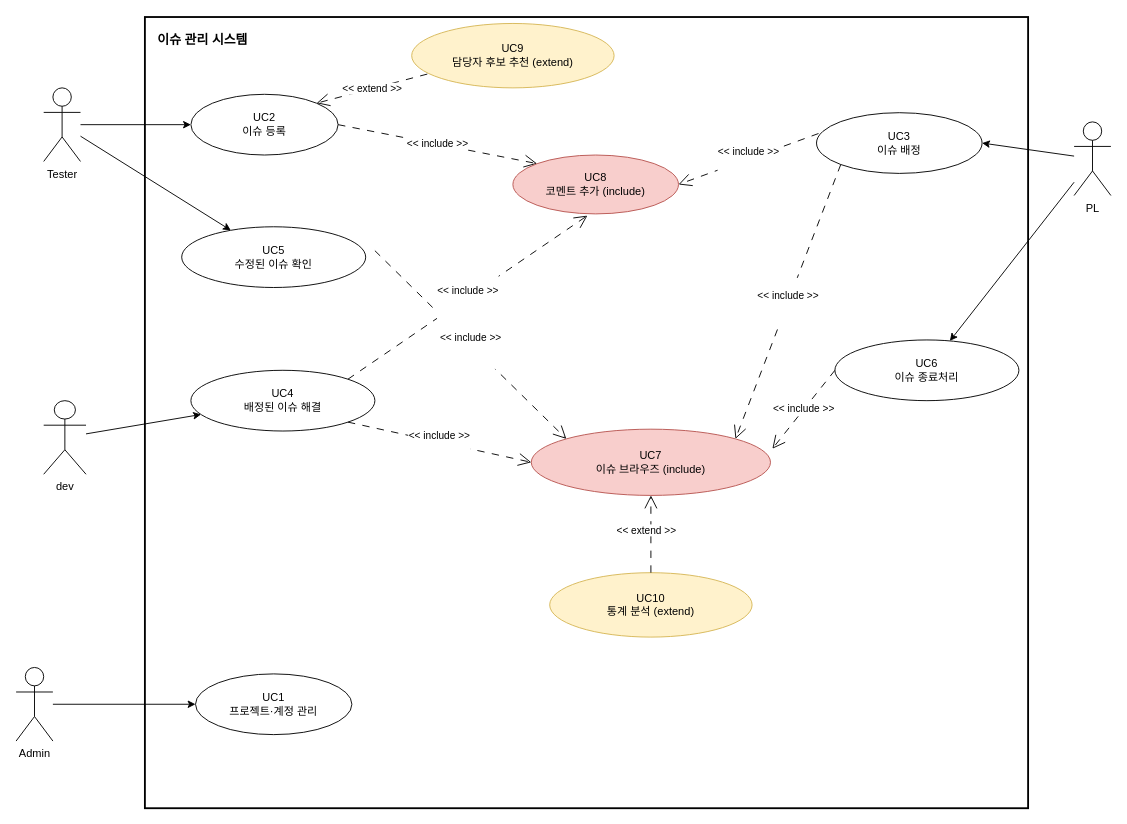
Earlier version of the draw.io diagram 산출물/02. Use-Case/usecases-ver2.1/Use-Case 다이어그램.drawio (cau-sw-2026-spring-se01-team5/SE-Spring-Term-Project). Source tidied: cells renumbered, new cells numbered last; positions are measured from the earlier drawing's top-left corner, leaving out a move shared by most shapes. Both pictures are drawn from the tidied source at 92%, with x=0, y=0 at pixel (16, 17).
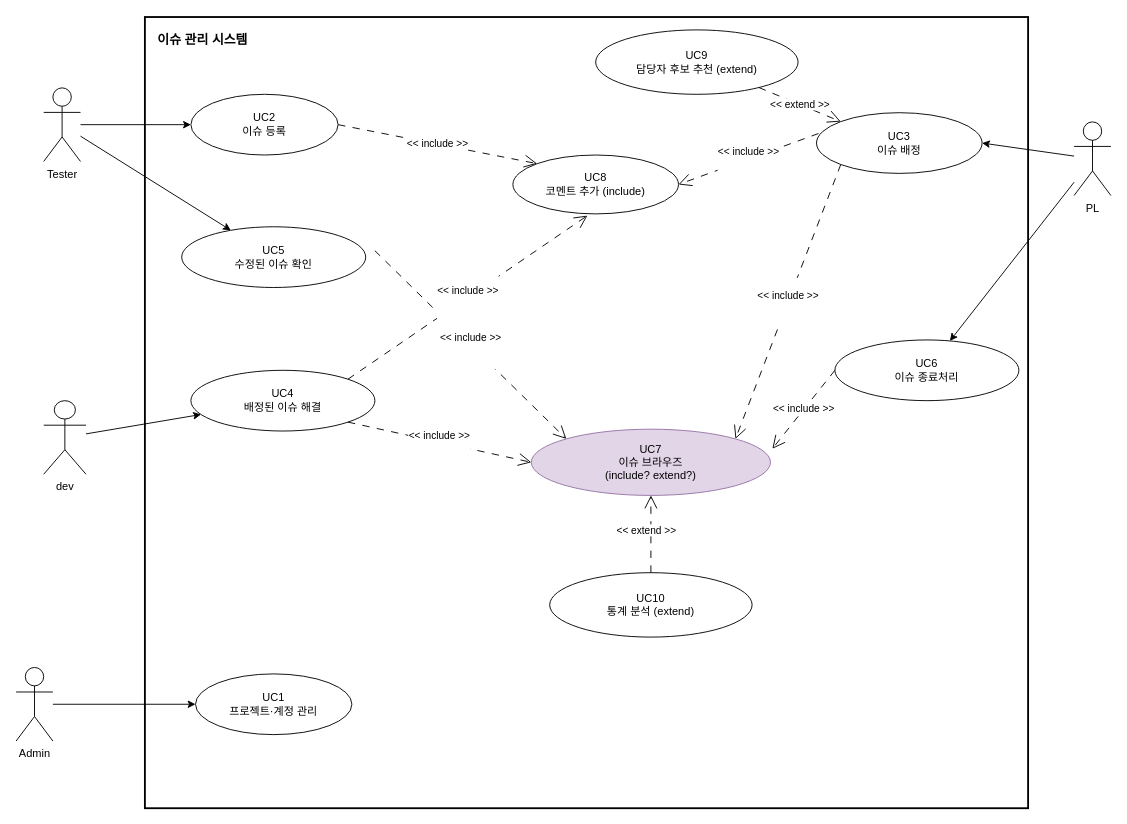
Above is the later version.

The change refers to these unchanged cells:
```xml
<mxCell id="8" value="UC2&lt;br&gt;이슈 등록" style="ellipse;whiteSpace=wrap;html=1;" parent="1" vertex="1">
  <mxGeometry x="190" y="84" width="160" height="66" as="geometry" />
</mxCell>
<mxCell id="9" value="UC3&lt;br&gt;이슈 배정" style="ellipse;whiteSpace=wrap;html=1;" parent="1" vertex="1">
  <mxGeometry x="870" y="104" width="180" height="66" as="geometry" />
</mxCell>
```

What changed in the source:
```diff
@@
-    <mxCell id="13" value="&lt;font color=&quot;#000000&quot;&gt;UC7&lt;br&gt;이슈 브라우즈 (include)&lt;/font&gt;" style="ellipse;whiteSpace=wrap;html=1;fillColor=#f8cecc;strokeColor=#b85450;" parent="1" vertex="1">
+    <mxCell id="13" value="&lt;font color=&quot;#000000&quot;&gt;UC7&lt;br&gt;이슈 브라우즈&lt;br&gt;(include? extend?)&lt;/font&gt;" style="ellipse;whiteSpace=wrap;html=1;fillColor=#e1d5e7;strokeColor=#9673a6;" parent="1" vertex="1">
       <mxGeometry x="560" y="448" width="260" height="72" as="geometry" />
     </mxCell>
-    <mxCell id="14" value="UC9&lt;br&gt;담당자 후보 추천 (extend)" style="ellipse;whiteSpace=wrap;html=1;fillColor=#fff2cc;strokeColor=#d6b656;" parent="1" vertex="1">
-      <mxGeometry x="430" y="7" width="220" height="70" as="geometry" />
+    <mxCell id="14" value="UC9&lt;br&gt;담당자 후보 추천 (extend)" style="ellipse;whiteSpace=wrap;html=1;" parent="1" vertex="1">
+      <mxGeometry x="630" y="14" width="220" height="70" as="geometry" />
     </mxCell>
-    <mxCell id="15" value="UC10&lt;br&gt;통계 분석 (extend)" style="ellipse;whiteSpace=wrap;html=1;fillColor=#fff2cc;strokeColor=#d6b656;" parent="1" vertex="1">
+    <mxCell id="15" value="UC10&lt;br&gt;통계 분석 (extend)" style="ellipse;whiteSpace=wrap;html=1;" parent="1" vertex="1">
       <mxGeometry x="580" y="604" width="220" height="70" as="geometry" />
     </mxCell>
@@
-    <mxCell id="29" value="&amp;lt;&amp;lt; extend &amp;gt;&amp;gt;" style="html=1;rounded=0;strokeWidth=1;fontSize=11;labelBackgroundColor=#ffffff;dashed=1;dashPattern=8 8;endArrow=open;endSize=12;endFill=0;startArrow=none;exitX=0.077;exitY=0.786;exitDx=0;exitDy=0;entryX=1;entryY=0;entryDx=0;entryDy=0;exitPerimeter=0;" parent="1" edge="1" source="14" target="8">
+    <mxCell id="29" value="&amp;lt;&amp;lt; extend &amp;gt;&amp;gt;" style="html=1;rounded=0;strokeWidth=1;fontSize=11;labelBackgroundColor=#ffffff;dashed=1;dashPattern=8 8;endArrow=open;endSize=12;endFill=0;startArrow=none;entryX=0;entryY=0;entryDx=0;entryDy=0;" parent="1" edge="1" source="14" target="9">
       <mxGeometry relative="1" as="geometry" />
     </mxCell>
@@
-    <mxCell id="32" value="UC8&lt;br&gt;코멘트 추가&amp;nbsp;(include)" style="ellipse;whiteSpace=wrap;html=1;fillColor=#f8cecc;strokeColor=#b85450;" parent="1" vertex="1">
+    <mxCell id="32" value="UC8&lt;br&gt;코멘트 추가&amp;nbsp;(include)" style="ellipse;whiteSpace=wrap;html=1;" parent="1" vertex="1">
       <mxGeometry x="540" y="150" width="180" height="64" as="geometry" />
     </mxCell>
```
